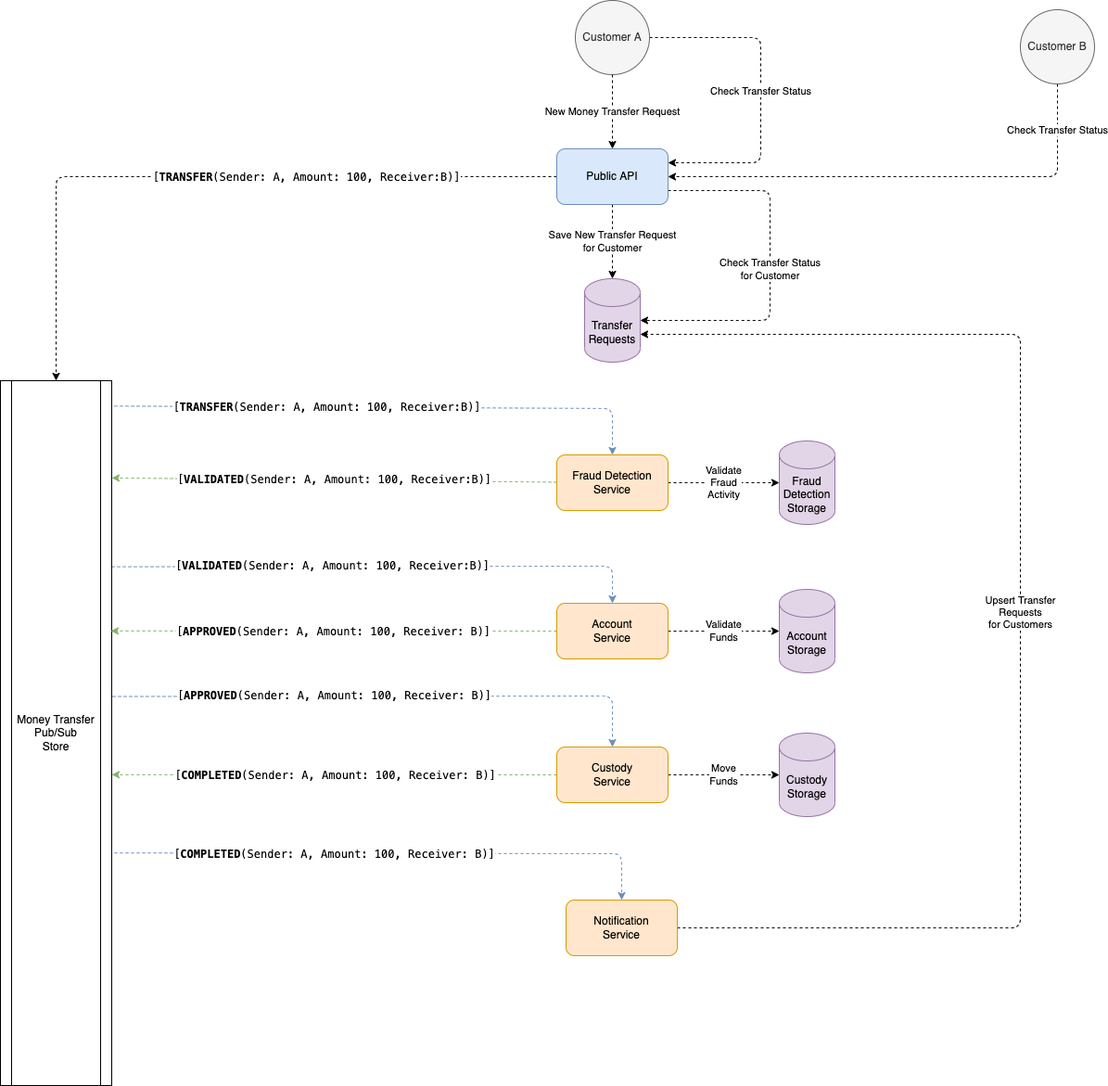
Above: docs/flow.drawio.png in sujitdmello/java-banking-pubsub-dapr-sample (draw.io), before the change. Source tidied: cells renumbered, new cells last; positions are measured from the earlier drawing's top-left corner, leaving out a move shared by most shapes.
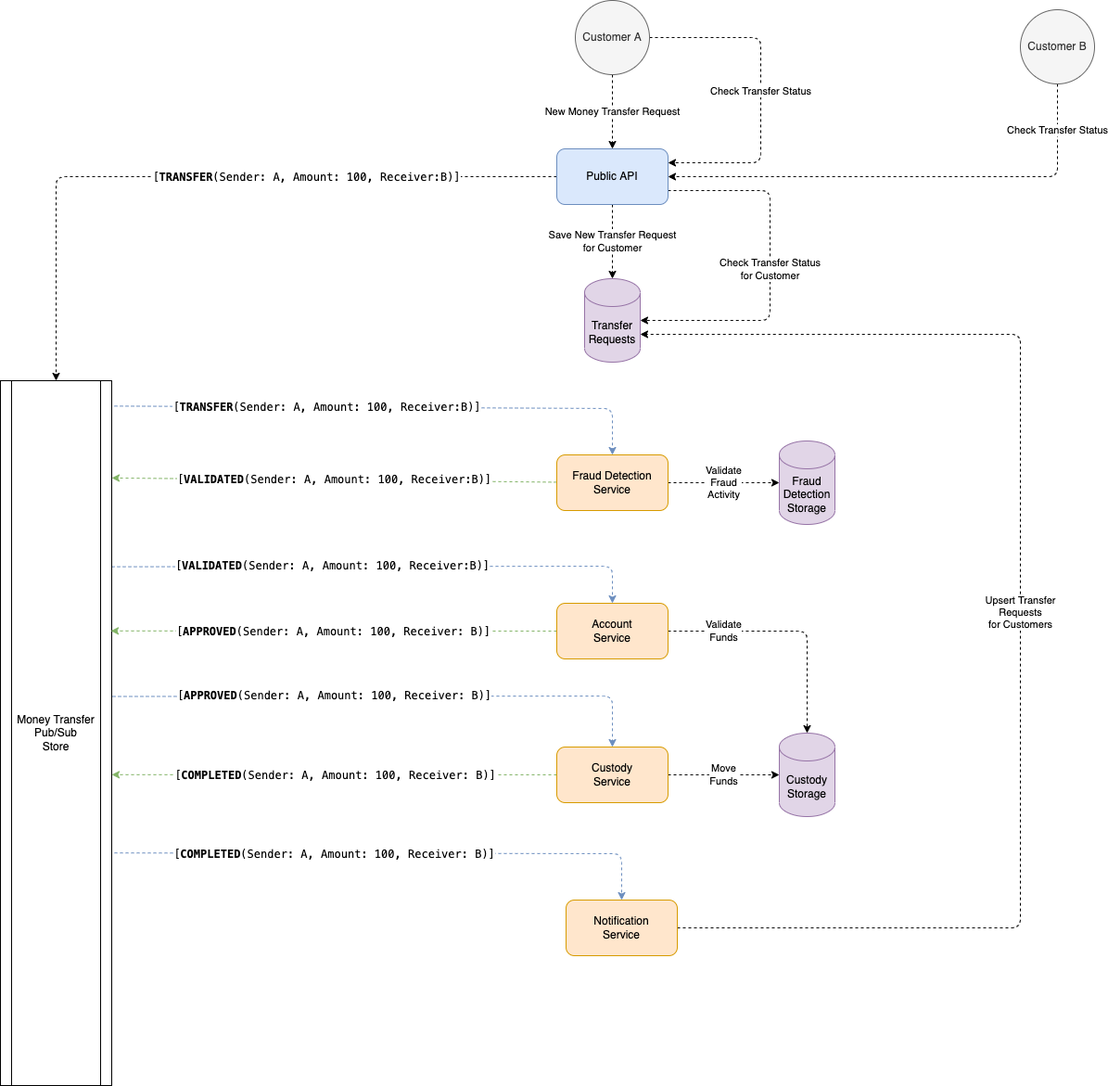
The same file after the commit.

Commit message:
simplfy custody storage

Diff of the diagram source:
```diff
@@ -90,8 +90,12 @@
     <mxCell id="19" value="Fraud&lt;br&gt;Detection&lt;br&gt;Storage" style="shape=cylinder3;whiteSpace=wrap;html=1;boundedLbl=1;backgroundOutline=1;size=15;fillColor=#e1d5e7;strokeColor=#9673a6;" parent="1" vertex="1">
       <mxGeometry x="840" y="475" width="60" height="90" as="geometry" />
     </mxCell>
-    <mxCell id="20" value="Validate&lt;br&gt;Funds" style="edgeStyle=none;html=1;dashed=1;" parent="1" edge="1" source="23" target="24">
-      <mxGeometry relative="1" as="geometry" />
+    <mxCell id="20" value="Validate&lt;br&gt;Funds" style="edgeStyle=none;html=1;dashed=1;entryX=0.5;entryY=0;entryDx=0;entryDy=0;entryPerimeter=0;exitX=1;exitY=0.5;exitDx=0;exitDy=0;" parent="1" edge="1" source="23" target="29">
+      <mxGeometry x="-0.54" relative="1" as="geometry">
+        <Array as="points">
+          <mxPoint x="870" y="680" />
+        </Array>
+      </mxGeometry>
     </mxCell>
     <mxCell id="21" style="edgeStyle=none;html=1;entryX=0.992;entryY=0.355;entryDx=0;entryDy=0;entryPerimeter=0;dashed=1;fillColor=#d5e8d4;strokeColor=#82b366;" parent="1" edge="1" source="23" target="15">
       <mxGeometry relative="1" as="geometry" />
@@ -104,9 +108,6 @@
     <mxCell id="23" value="Account&lt;br&gt;Service" style="rounded=1;whiteSpace=wrap;html=1;fillColor=#ffe6cc;strokeColor=#d79b00;" parent="1" vertex="1">
       <mxGeometry x="600" y="650" width="120" height="60" as="geometry" />
     </mxCell>
-    <mxCell id="24" value="Account&lt;br&gt;Storage" style="shape=cylinder3;whiteSpace=wrap;html=1;boundedLbl=1;backgroundOutline=1;size=15;fillColor=#e1d5e7;strokeColor=#9673a6;" parent="1" vertex="1">
-      <mxGeometry x="840" y="635" width="60" height="90" as="geometry" />
-    </mxCell>
     <mxCell id="25" value="Move&lt;br&gt;Funds" style="edgeStyle=none;html=1;entryX=0;entryY=0.5;entryDx=0;entryDy=0;entryPerimeter=0;dashed=1;" parent="1" edge="1" source="28" target="29">
       <mxGeometry relative="1" as="geometry" />
     </mxCell>
```
